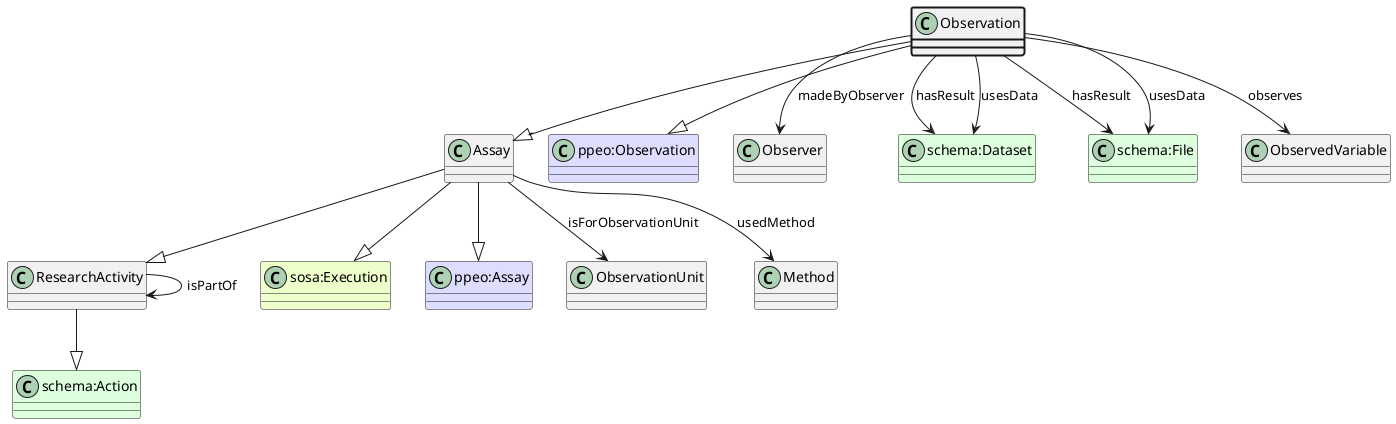
Before: ttl_uml/ttl_appn_Observation.png, a diagram exported from PlantUML (aus-plant-phenomics-network/appn-schema).
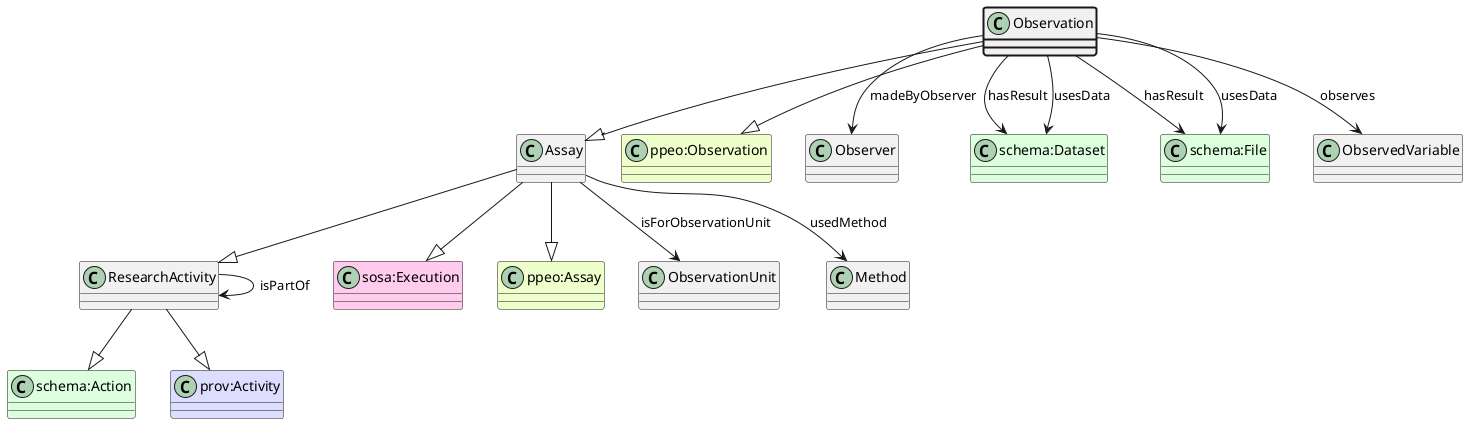
After the commit.

Change to the diagram source:
```diff
@@ -4,13 +4,15 @@
 class ResearchActivity
 class "schema:Action" #DDFFDD
 ResearchActivity --|> "schema:Action"
+class "prov:Activity" #DDDDFF
+ResearchActivity --|> "prov:Activity"
 Assay --|> ResearchActivity
-class "sosa:Execution" #EEFFCC
+class "sosa:Execution" #FFCCEE
 Assay --|> "sosa:Execution"
-class "ppeo:Assay" #DDDDFF
+class "ppeo:Assay" #EEFFCC
 Assay --|> "ppeo:Assay"
 Observation --|> Assay
-class "ppeo:Observation" #DDDDFF
+class "ppeo:Observation" #EEFFCC
 Observation --|> "ppeo:Observation"
 class Observer
 Observation --> Observer : madeByObserver
```
